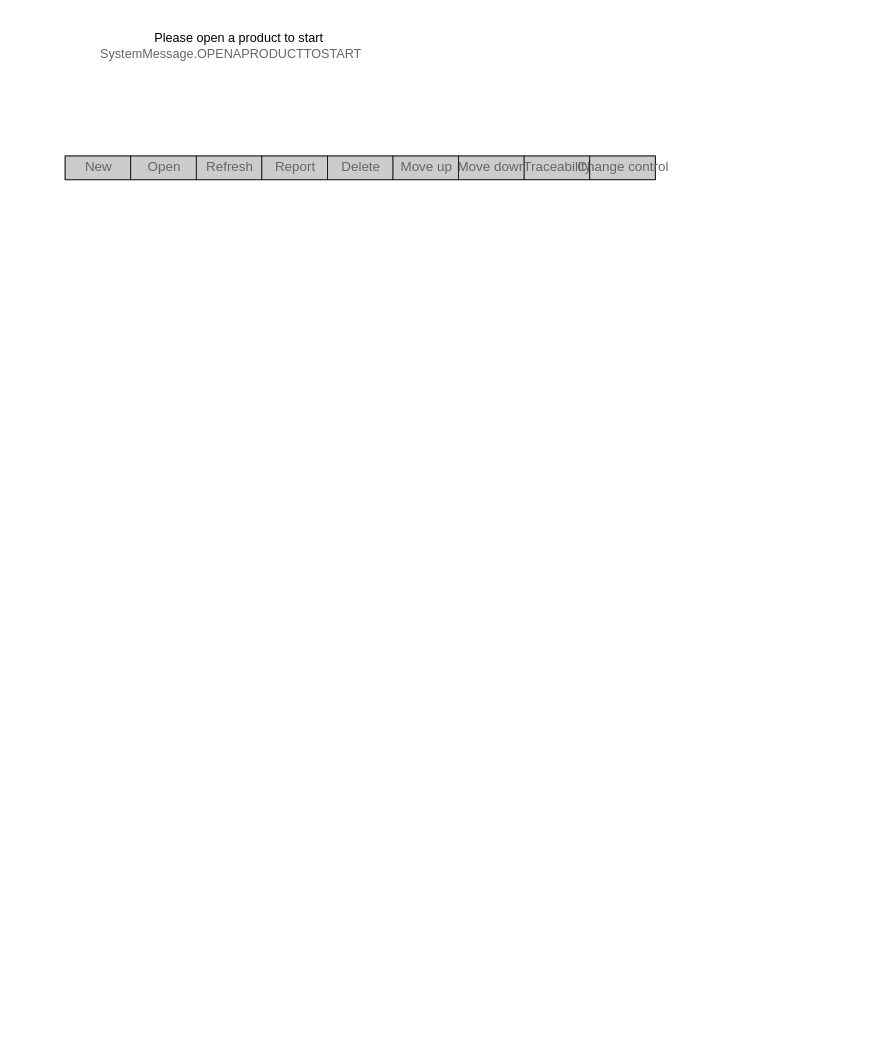
Above: page "Main Window" (5 of 5) of hnc.drawio in haclong/drawings (draw.io), before the change. Source tidied: cells renumbered, new cells numbered last; positions are measured from the earlier drawing's top-left corner, leaving out a move shared by most shapes. Both pictures are drawn from the tidied source at 79%, with x=0, y=0 at pixel (65, 29).
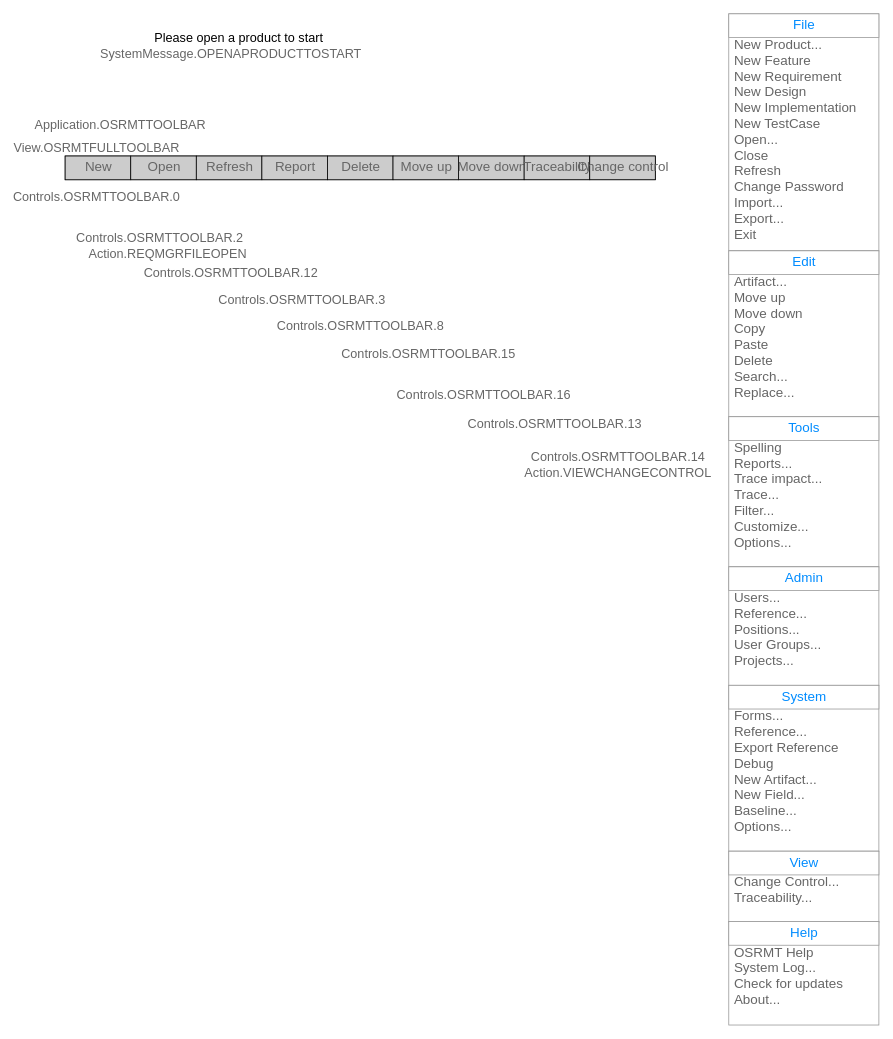
Above is the later version.

Diff of the diagram source:
```diff
@@
+    <mxCell id="15" value="Controls.OSRMTTOOLBAR.0" style="text;html=1;strokeColor=none;fillColor=none;align=center;verticalAlign=middle;whiteSpace=wrap;rounded=0;fontSize=16;fontColor=#666666;" parent="1" vertex="1">
+      <mxGeometry x="20" y="202" width="40" height="20" as="geometry" />
+    </mxCell>
+    <mxCell id="16" value="&lt;div&gt;Controls.OSRMTTOOLBAR.2&lt;/div&gt;" style="text;html=1;strokeColor=none;fillColor=none;align=center;verticalAlign=middle;whiteSpace=wrap;rounded=0;fontSize=16;fontColor=#666666;" parent="1" vertex="1">
+      <mxGeometry x="100" y="253" width="40" height="20" as="geometry" />
+    </mxCell>
+    <mxCell id="17" value="&lt;div&gt;Controls.OSRMTTOOLBAR.12&lt;/div&gt;" style="text;html=1;strokeColor=none;fillColor=none;align=center;verticalAlign=middle;whiteSpace=wrap;rounded=0;fontSize=16;fontColor=#666666;" parent="1" vertex="1">
+      <mxGeometry x="190" y="298" width="40" height="20" as="geometry" />
+    </mxCell>
+    <mxCell id="18" value="&lt;div&gt;Controls.OSRMTTOOLBAR.3&lt;/div&gt;" style="text;html=1;strokeColor=none;fillColor=none;align=center;verticalAlign=middle;whiteSpace=wrap;rounded=0;fontSize=16;fontColor=#666666;" parent="1" vertex="1">
+      <mxGeometry x="280" y="332" width="40" height="20" as="geometry" />
+    </mxCell>
+    <mxCell id="19" value="&lt;div&gt;Controls.OSRMTTOOLBAR.8&lt;/div&gt;" style="text;html=1;strokeColor=none;fillColor=none;align=center;verticalAlign=middle;whiteSpace=wrap;rounded=0;fontSize=16;fontColor=#666666;" parent="1" vertex="1">
+      <mxGeometry x="354" y="365" width="40" height="20" as="geometry" />
+    </mxCell>
+    <mxCell id="20" value="&lt;div&gt;Controls.OSRMTTOOLBAR.15&lt;/div&gt;" style="text;html=1;strokeColor=none;fillColor=none;align=center;verticalAlign=middle;whiteSpace=wrap;rounded=0;fontSize=16;fontColor=#666666;" parent="1" vertex="1">
+      <mxGeometry x="440" y="400" width="40" height="20" as="geometry" />
+    </mxCell>
+    <mxCell id="21" value="&lt;div&gt;Controls.OSRMTTOOLBAR.16&lt;/div&gt;" style="text;html=1;strokeColor=none;fillColor=none;align=center;verticalAlign=middle;whiteSpace=wrap;rounded=0;fontSize=16;fontColor=#666666;" parent="1" vertex="1">
+      <mxGeometry x="510" y="452" width="40" height="20" as="geometry" />
+    </mxCell>
+    <mxCell id="22" value="&lt;div&gt;Controls.OSRMTTOOLBAR.13&lt;/div&gt;" style="text;html=1;strokeColor=none;fillColor=none;align=center;verticalAlign=middle;whiteSpace=wrap;rounded=0;fontSize=16;fontColor=#666666;" parent="1" vertex="1">
+      <mxGeometry x="600" y="489" width="40" height="20" as="geometry" />
+    </mxCell>
+    <mxCell id="23" value="&lt;div&gt;Controls.OSRMTTOOLBAR.14&lt;/div&gt;" style="text;html=1;strokeColor=none;fillColor=none;align=center;verticalAlign=middle;whiteSpace=wrap;rounded=0;fontSize=16;fontColor=#666666;" parent="1" vertex="1">
+      <mxGeometry x="680" y="531" width="40" height="20" as="geometry" />
+    </mxCell>
+    <mxCell id="24" value="View.OSRMTFULLTOOLBAR" style="text;html=1;strokeColor=none;fillColor=none;align=center;verticalAlign=middle;whiteSpace=wrap;rounded=0;fontSize=16;fontColor=#666666;" parent="1" vertex="1">
+      <mxGeometry x="20" y="140" width="40" height="20" as="geometry" />
+    </mxCell>
+    <mxCell id="25" value="Application.OSRMTTOOLBAR" style="text;html=1;strokeColor=none;fillColor=none;align=center;verticalAlign=middle;whiteSpace=wrap;rounded=0;fontSize=16;fontColor=#666666;" parent="1" vertex="1">
+      <mxGeometry x="50" y="110" width="40" height="20" as="geometry" />
+    </mxCell>
+    <mxCell id="26" value="Action.REQMGRFILEOPEN" style="text;html=1;strokeColor=none;fillColor=none;align=center;verticalAlign=middle;whiteSpace=wrap;rounded=0;fontSize=16;fontColor=#666666;" parent="1" vertex="1">
+      <mxGeometry x="110" y="273" width="40" height="20" as="geometry" />
+    </mxCell>
+    <mxCell id="27" value="Action.VIEWCHANGECONTROL" style="text;html=1;strokeColor=none;fillColor=none;align=center;verticalAlign=middle;whiteSpace=wrap;rounded=0;fontSize=16;fontColor=#666666;" parent="1" vertex="1">
+      <mxGeometry x="680" y="551" width="40" height="20" as="geometry" />
+    </mxCell>
+    <mxCell id="28" style="strokeWidth=1;shadow=0;dashed=0;align=center;html=1;shape=mxgraph.mockup.forms.rrect;rSize=0;strokeColor=#999999;fillColor=#ffffff;fontSize=16;fontColor=#666666;" parent="1" vertex="1">
+      <mxGeometry x="840" y="-20" width="190" height="300" as="geometry" />
+    </mxCell>
+    <mxCell id="29" value="File" style="strokeWidth=1;shadow=0;dashed=0;align=center;html=1;shape=mxgraph.mockup.forms.rrect;rSize=0;strokeColor=#999999;fontColor=#008cff;fontSize=17;fillColor=#ffffff;" parent="28" vertex="1">
+      <mxGeometry width="190" height="30" relative="1" as="geometry" />
+    </mxCell>
+    <mxCell id="30" value="New Product..." style="strokeWidth=1;shadow=0;dashed=0;align=center;html=1;shape=mxgraph.mockup.forms.anchor;fontSize=17;fontColor=#666666;align=left;spacingLeft=5;" parent="28" vertex="1">
+      <mxGeometry width="190" height="20" relative="1" as="geometry">
+        <mxPoint y="30" as="offset" />
+      </mxGeometry>
+    </mxCell>
+    <mxCell id="31" value="New Feature" style="strokeWidth=1;shadow=0;dashed=0;align=center;html=1;shape=mxgraph.mockup.forms.anchor;fontSize=17;fontColor=#666666;align=left;spacingLeft=5;" parent="28" vertex="1">
+      <mxGeometry width="190" height="20" relative="1" as="geometry">
+        <mxPoint y="50" as="offset" />
+      </mxGeometry>
+    </mxCell>
+    <mxCell id="32" value="New Requirement" style="strokeWidth=1;shadow=0;dashed=0;align=center;html=1;shape=mxgraph.mockup.forms.rrect;rSize=0;fontSize=17;fontColor=#666666;align=left;spacingLeft=5;strokeColor=none;fillColor=none;" parent="28" vertex="1">
+      <mxGeometry width="190" height="20" relative="1" as="geometry">
+        <mxPoint y="70" as="offset" />
+      </mxGeometry>
+    </mxCell>
+    <mxCell id="33" value="New Design" style="strokeWidth=1;shadow=0;dashed=0;align=center;html=1;shape=mxgraph.mockup.forms.anchor;fontSize=17;fontColor=#666666;align=left;spacingLeft=5;" parent="28" vertex="1">
+      <mxGeometry width="190" height="20" relative="1" as="geometry">
+        <mxPoint y="90" as="offset" />
+      </mxGeometry>
+    </mxCell>
+    <mxCell id="34" value="New Implementation" style="strokeWidth=1;shadow=0;dashed=0;align=center;html=1;shape=mxgraph.mockup.forms.anchor;fontSize=17;fontColor=#666666;align=left;spacingLeft=5;" parent="28" vertex="1">
+      <mxGeometry y="110" width="190" height="20" as="geometry" />
+    </mxCell>
+    <mxCell id="35" value="New TestCase" style="strokeWidth=1;shadow=0;dashed=0;align=center;html=1;shape=mxgraph.mockup.forms.anchor;fontSize=17;fontColor=#666666;align=left;spacingLeft=5;" parent="28" vertex="1">
+      <mxGeometry y="130" width="190" height="20" as="geometry" />
+    </mxCell>
+    <mxCell id="36" value="Open..." style="strokeWidth=1;shadow=0;dashed=0;align=center;html=1;shape=mxgraph.mockup.forms.rrect;rSize=0;fontSize=17;fontColor=#666666;align=left;spacingLeft=5;strokeColor=none;fillColor=none;" parent="28" vertex="1">
+      <mxGeometry y="150" width="190" height="20" as="geometry" />
+    </mxCell>
+    <mxCell id="37" value="Close" style="strokeWidth=1;shadow=0;dashed=0;align=center;html=1;shape=mxgraph.mockup.forms.anchor;fontSize=17;fontColor=#666666;align=left;spacingLeft=5;" parent="28" vertex="1">
+      <mxGeometry y="170" width="190" height="20" as="geometry" />
+    </mxCell>
+    <mxCell id="38" value="Refresh" style="strokeWidth=1;shadow=0;dashed=0;align=center;html=1;shape=mxgraph.mockup.forms.anchor;fontSize=17;fontColor=#666666;align=left;spacingLeft=5;" parent="28" vertex="1">
+      <mxGeometry y="190" width="190" height="20" as="geometry" />
+    </mxCell>
+    <mxCell id="39" value="Change Password" style="strokeWidth=1;shadow=0;dashed=0;align=center;html=1;shape=mxgraph.mockup.forms.rrect;rSize=0;fontSize=17;fontColor=#666666;align=left;spacingLeft=5;strokeColor=none;fillColor=none;" parent="28" vertex="1">
+      <mxGeometry y="210" width="190" height="20" as="geometry" />
+    </mxCell>
+    <mxCell id="40" value="Import..." style="strokeWidth=1;shadow=0;dashed=0;align=center;html=1;shape=mxgraph.mockup.forms.anchor;fontSize=17;fontColor=#666666;align=left;spacingLeft=5;" parent="28" vertex="1">
+      <mxGeometry y="230" width="190" height="20" as="geometry" />
+    </mxCell>
+    <mxCell id="41" value="Export..." style="strokeWidth=1;shadow=0;dashed=0;align=center;html=1;shape=mxgraph.mockup.forms.rrect;rSize=0;fontSize=17;fontColor=#666666;align=left;spacingLeft=5;strokeColor=none;fillColor=none;" parent="28" vertex="1">
+      <mxGeometry y="250" width="190" height="20" as="geometry" />
+    </mxCell>
+    <mxCell id="42" value="Exit" style="strokeWidth=1;shadow=0;dashed=0;align=center;html=1;shape=mxgraph.mockup.forms.anchor;fontSize=17;fontColor=#666666;align=left;spacingLeft=5;" parent="28" vertex="1">
+      <mxGeometry y="270" width="190" height="20" as="geometry" />
+    </mxCell>
+    <mxCell id="43" style="strokeWidth=1;shadow=0;dashed=0;align=center;html=1;shape=mxgraph.mockup.forms.rrect;rSize=0;strokeColor=#999999;fillColor=#ffffff;fontSize=16;fontColor=#666666;" parent="1" vertex="1">
+      <mxGeometry x="840" y="280" width="190" height="210" as="geometry" />
+    </mxCell>
+    <mxCell id="44" value="Edit" style="strokeWidth=1;shadow=0;dashed=0;align=center;html=1;shape=mxgraph.mockup.forms.rrect;rSize=0;strokeColor=#999999;fontColor=#008cff;fontSize=17;fillColor=#ffffff;" parent="43" vertex="1">
+      <mxGeometry width="190" height="30" relative="1" as="geometry" />
+    </mxCell>
+    <mxCell id="45" value="Artifact..." style="strokeWidth=1;shadow=0;dashed=0;align=center;html=1;shape=mxgraph.mockup.forms.anchor;fontSize=17;fontColor=#666666;align=left;spacingLeft=5;" parent="43" vertex="1">
+      <mxGeometry width="190" height="20" relative="1" as="geometry">
+        <mxPoint y="30" as="offset" />
+      </mxGeometry>
+    </mxCell>
+    <mxCell id="46" value="Move up" style="strokeWidth=1;shadow=0;dashed=0;align=center;html=1;shape=mxgraph.mockup.forms.anchor;fontSize=17;fontColor=#666666;align=left;spacingLeft=5;" parent="43" vertex="1">
+      <mxGeometry width="190" height="20" relative="1" as="geometry">
+        <mxPoint y="50" as="offset" />
+      </mxGeometry>
+    </mxCell>
+    <mxCell id="47" value="Move down" style="strokeWidth=1;shadow=0;dashed=0;align=center;html=1;shape=mxgraph.mockup.forms.rrect;rSize=0;fontSize=17;fontColor=#666666;align=left;spacingLeft=5;strokeColor=none;fillColor=none;" parent="43" vertex="1">
+      <mxGeometry width="190" height="20" relative="1" as="geometry">
+        <mxPoint y="70" as="offset" />
+      </mxGeometry>
+    </mxCell>
+    <mxCell id="48" value="Copy" style="strokeWidth=1;shadow=0;dashed=0;align=center;html=1;shape=mxgraph.mockup.forms.anchor;fontSize=17;fontColor=#666666;align=left;spacingLeft=5;" parent="43" vertex="1">
+      <mxGeometry width="190" height="20" relative="1" as="geometry">
+        <mxPoint y="90" as="offset" />
+      </mxGeometry>
+    </mxCell>
+    <mxCell id="49" value="Paste" style="strokeWidth=1;shadow=0;dashed=0;align=center;html=1;shape=mxgraph.mockup.forms.anchor;fontSize=17;fontColor=#666666;align=left;spacingLeft=5;" parent="43" vertex="1">
+      <mxGeometry y="110" width="190" height="20" as="geometry" />
+    </mxCell>
+    <mxCell id="50" value="Delete" style="strokeWidth=1;shadow=0;dashed=0;align=center;html=1;shape=mxgraph.mockup.forms.anchor;fontSize=17;fontColor=#666666;align=left;spacingLeft=5;" parent="43" vertex="1">
+      <mxGeometry y="130" width="190" height="20" as="geometry" />
+    </mxCell>
+    <mxCell id="51" value="Search..." style="strokeWidth=1;shadow=0;dashed=0;align=center;html=1;shape=mxgraph.mockup.forms.rrect;rSize=0;fontSize=17;fontColor=#666666;align=left;spacingLeft=5;strokeColor=none;fillColor=none;" parent="43" vertex="1">
+      <mxGeometry y="150" width="190" height="20" as="geometry" />
+    </mxCell>
+    <mxCell id="52" value="Replace..." style="strokeWidth=1;shadow=0;dashed=0;align=center;html=1;shape=mxgraph.mockup.forms.anchor;fontSize=17;fontColor=#666666;align=left;spacingLeft=5;" parent="43" vertex="1">
+      <mxGeometry y="170" width="190" height="20" as="geometry" />
+    </mxCell>
+    <mxCell id="53" style="strokeWidth=1;shadow=0;dashed=0;align=center;html=1;shape=mxgraph.mockup.forms.rrect;rSize=0;strokeColor=#999999;fillColor=#ffffff;fontSize=16;fontColor=#666666;" parent="1" vertex="1">
+      <mxGeometry x="840" y="490" width="190" height="190" as="geometry" />
+    </mxCell>
+    <mxCell id="54" value="Tools" style="strokeWidth=1;shadow=0;dashed=0;align=center;html=1;shape=mxgraph.mockup.forms.rrect;rSize=0;strokeColor=#999999;fontColor=#008cff;fontSize=17;fillColor=#ffffff;" parent="53" vertex="1">
+      <mxGeometry width="190" height="30" relative="1" as="geometry" />
+    </mxCell>
+    <mxCell id="55" value="Spelling" style="strokeWidth=1;shadow=0;dashed=0;align=center;html=1;shape=mxgraph.mockup.forms.anchor;fontSize=17;fontColor=#666666;align=left;spacingLeft=5;" parent="53" vertex="1">
+      <mxGeometry width="190" height="20" relative="1" as="geometry">
+        <mxPoint y="30" as="offset" />
+      </mxGeometry>
+    </mxCell>
+    <mxCell id="56" value="Reports..." style="strokeWidth=1;shadow=0;dashed=0;align=center;html=1;shape=mxgraph.mockup.forms.anchor;fontSize=17;fontColor=#666666;align=left;spacingLeft=5;" parent="53" vertex="1">
+      <mxGeometry width="190" height="20" relative="1" as="geometry">
+        <mxPoint y="50" as="offset" />
+      </mxGeometry>
+    </mxCell>
+    <mxCell id="57" value="Trace impact..." style="strokeWidth=1;shadow=0;dashed=0;align=center;html=1;shape=mxgraph.mockup.forms.rrect;rSize=0;fontSize=17;fontColor=#666666;align=left;spacingLeft=5;strokeColor=none;fillColor=none;" parent="53" vertex="1">
+      <mxGeometry width="190" height="20" relative="1" as="geometry">
+        <mxPoint y="70" as="offset" />
+      </mxGeometry>
+    </mxCell>
+    <mxCell id="58" value="Trace..." style="strokeWidth=1;shadow=0;dashed=0;align=center;html=1;shape=mxgraph.mockup.forms.anchor;fontSize=17;fontColor=#666666;align=left;spacingLeft=5;" parent="53" vertex="1">
+      <mxGeometry width="190" height="20" relative="1" as="geometry">
+        <mxPoint y="90" as="offset" />
+      </mxGeometry>
+    </mxCell>
+    <mxCell id="59" value="Filter..." style="strokeWidth=1;shadow=0;dashed=0;align=center;html=1;shape=mxgraph.mockup.forms.anchor;fontSize=17;fontColor=#666666;align=left;spacingLeft=5;" parent="53" vertex="1">
+      <mxGeometry y="110" width="190" height="20" as="geometry" />
+    </mxCell>
+    <mxCell id="60" value="Customize..." style="strokeWidth=1;shadow=0;dashed=0;align=center;html=1;shape=mxgraph.mockup.forms.anchor;fontSize=17;fontColor=#666666;align=left;spacingLeft=5;" parent="53" vertex="1">
+      <mxGeometry y="130" width="190" height="20" as="geometry" />
+    </mxCell>
+    <mxCell id="61" value="Options..." style="strokeWidth=1;shadow=0;dashed=0;align=center;html=1;shape=mxgraph.mockup.forms.rrect;rSize=0;fontSize=17;fontColor=#666666;align=left;spacingLeft=5;strokeColor=none;fillColor=none;" parent="53" vertex="1">
+      <mxGeometry y="150" width="190" height="20" as="geometry" />
+    </mxCell>
+    <mxCell id="62" style="strokeWidth=1;shadow=0;dashed=0;align=center;html=1;shape=mxgraph.mockup.forms.rrect;rSize=0;strokeColor=#999999;fillColor=#ffffff;fontSize=16;fontColor=#666666;" parent="1" vertex="1">
+      <mxGeometry x="840" y="680" width="190" height="150" as="geometry" />
+    </mxCell>
+    <mxCell id="63" value="Admin" style="strokeWidth=1;shadow=0;dashed=0;align=center;html=1;shape=mxgraph.mockup.forms.rrect;rSize=0;strokeColor=#999999;fontColor=#008cff;fontSize=17;fillColor=#ffffff;" parent="62" vertex="1">
+      <mxGeometry width="190" height="30" relative="1" as="geometry" />
+    </mxCell>
+    <mxCell id="64" value="Users..." style="strokeWidth=1;shadow=0;dashed=0;align=center;html=1;shape=mxgraph.mockup.forms.anchor;fontSize=17;fontColor=#666666;align=left;spacingLeft=5;" parent="62" vertex="1">
+      <mxGeometry width="190" height="20" relative="1" as="geometry">
+        <mxPoint y="30" as="offset" />
+      </mxGeometry>
+    </mxCell>
+    <mxCell id="65" value="Reference..." style="strokeWidth=1;shadow=0;dashed=0;align=center;html=1;shape=mxgraph.mockup.forms.anchor;fontSize=17;fontColor=#666666;align=left;spacingLeft=5;" parent="62" vertex="1">
+      <mxGeometry width="190" height="20" relative="1" as="geometry">
+        <mxPoint y="50" as="offset" />
+      </mxGeometry>
+    </mxCell>
+    <mxCell id="66" value="Positions..." style="strokeWidth=1;shadow=0;dashed=0;align=center;html=1;shape=mxgraph.mockup.forms.rrect;rSize=0;fontSize=17;fontColor=#666666;align=left;spacingLeft=5;strokeColor=none;fillColor=none;" parent="62" vertex="1">
+      <mxGeometry width="190" height="20" relative="1" as="geometry">
+        <mxPoint y="70" as="offset" />
+      </mxGeometry>
+    </mxCell>
+    <mxCell id="67" value="User Groups..." style="strokeWidth=1;shadow=0;dashed=0;align=center;html=1;shape=mxgraph.mockup.forms.anchor;fontSize=17;fontColor=#666666;align=left;spacingLeft=5;" parent="62" vertex="1">
+      <mxGeometry width="190" height="20" relative="1" as="geometry">
+        <mxPoint y="90" as="offset" />
+      </mxGeometry>
+    </mxCell>
+    <mxCell id="68" value="Projects..." style="strokeWidth=1;shadow=0;dashed=0;align=center;html=1;shape=mxgraph.mockup.forms.anchor;fontSize=17;fontColor=#666666;align=left;spacingLeft=5;" parent="62" vertex="1">
+      <mxGeometry y="110" width="190" height="20" as="geometry" />
+    </mxCell>
+    <mxCell id="69" style="strokeWidth=1;shadow=0;dashed=0;align=center;html=1;shape=mxgraph.mockup.forms.rrect;rSize=0;strokeColor=#999999;fillColor=#ffffff;fontSize=16;fontColor=#666666;" parent="1" vertex="1">
+      <mxGeometry x="840" y="830" width="190" height="210" as="geometry" />
+    </mxCell>
+    <mxCell id="70" value="System" style="strokeWidth=1;shadow=0;dashed=0;align=center;html=1;shape=mxgraph.mockup.forms.rrect;rSize=0;strokeColor=#999999;fontColor=#008cff;fontSize=17;fillColor=#ffffff;" parent="69" vertex="1">
+      <mxGeometry width="190" height="30" relative="1" as="geometry" />
+    </mxCell>
+    <mxCell id="71" value="Forms..." style="strokeWidth=1;shadow=0;dashed=0;align=center;html=1;shape=mxgraph.mockup.forms.anchor;fontSize=17;fontColor=#666666;align=left;spacingLeft=5;" parent="69" vertex="1">
+      <mxGeometry width="190" height="20" relative="1" as="geometry">
+        <mxPoint y="30" as="offset" />
+      </mxGeometry>
+    </mxCell>
+    <mxCell id="72" value="Reference..." style="strokeWidth=1;shadow=0;dashed=0;align=center;html=1;shape=mxgraph.mockup.forms.anchor;fontSize=17;fontColor=#666666;align=left;spacingLeft=5;" parent="69" vertex="1">
+      <mxGeometry width="190" height="20" relative="1" as="geometry">
+        <mxPoint y="50" as="offset" />
+      </mxGeometry>
+    </mxCell>
+    <mxCell id="73" value="Export Reference" style="strokeWidth=1;shadow=0;dashed=0;align=center;html=1;shape=mxgraph.mockup.forms.rrect;rSize=0;fontSize=17;fontColor=#666666;align=left;spacingLeft=5;strokeColor=none;fillColor=none;" parent="69" vertex="1">
+      <mxGeometry width="190" height="20" relative="1" as="geometry">
+        <mxPoint y="70" as="offset" />
+      </mxGeometry>
+    </mxCell>
+    <mxCell id="74" value="Debug" style="strokeWidth=1;shadow=0;dashed=0;align=center;html=1;shape=mxgraph.mockup.forms.anchor;fontSize=17;fontColor=#666666;align=left;spacingLeft=5;" parent="69" vertex="1">
+      <mxGeometry width="190" height="20" relative="1" as="geometry">
+        <mxPoint y="90" as="offset" />
+      </mxGeometry>
+    </mxCell>
+    <mxCell id="75" value="New Artifact..." style="strokeWidth=1;shadow=0;dashed=0;align=center;html=1;shape=mxgraph.mockup.forms.anchor;fontSize=17;fontColor=#666666;align=left;spacingLeft=5;" parent="69" vertex="1">
+      <mxGeometry y="110" width="190" height="20" as="geometry" />
+    </mxCell>
+    <mxCell id="76" value="New Field..." style="strokeWidth=1;shadow=0;dashed=0;align=center;html=1;shape=mxgraph.mockup.forms.anchor;fontSize=17;fontColor=#666666;align=left;spacingLeft=5;" parent="69" vertex="1">
+      <mxGeometry y="130" width="190" height="20" as="geometry" />
+    </mxCell>
+    <mxCell id="77" value="Baseline..." style="strokeWidth=1;shadow=0;dashed=0;align=center;html=1;shape=mxgraph.mockup.forms.rrect;rSize=0;fontSize=17;fontColor=#666666;align=left;spacingLeft=5;strokeColor=none;fillColor=none;" parent="69" vertex="1">
+      <mxGeometry y="150" width="190" height="20" as="geometry" />
+    </mxCell>
+    <mxCell id="78" value="Options..." style="strokeWidth=1;shadow=0;dashed=0;align=center;html=1;shape=mxgraph.mockup.forms.anchor;fontSize=17;fontColor=#666666;align=left;spacingLeft=5;" parent="69" vertex="1">
+      <mxGeometry y="170" width="190" height="20" as="geometry" />
+    </mxCell>
+    <mxCell id="79" style="strokeWidth=1;shadow=0;dashed=0;align=center;html=1;shape=mxgraph.mockup.forms.rrect;rSize=0;strokeColor=#999999;fillColor=#ffffff;fontSize=16;fontColor=#666666;" parent="1" vertex="1">
+      <mxGeometry x="840" y="1040" width="190" height="90" as="geometry" />
+    </mxCell>
+    <mxCell id="80" value="View" style="strokeWidth=1;shadow=0;dashed=0;align=center;html=1;shape=mxgraph.mockup.forms.rrect;rSize=0;strokeColor=#999999;fontColor=#008cff;fontSize=17;fillColor=#ffffff;" parent="79" vertex="1">
+      <mxGeometry width="190" height="30" relative="1" as="geometry" />
+    </mxCell>
+    <mxCell id="81" value="Change Control..." style="strokeWidth=1;shadow=0;dashed=0;align=center;html=1;shape=mxgraph.mockup.forms.anchor;fontSize=17;fontColor=#666666;align=left;spacingLeft=5;" parent="79" vertex="1">
+      <mxGeometry width="190" height="20" relative="1" as="geometry">
+        <mxPoint y="30" as="offset" />
+      </mxGeometry>
+    </mxCell>
+    <mxCell id="82" value="Traceability..." style="strokeWidth=1;shadow=0;dashed=0;align=center;html=1;shape=mxgraph.mockup.forms.anchor;fontSize=17;fontColor=#666666;align=left;spacingLeft=5;" parent="79" vertex="1">
+      <mxGeometry width="190" height="20" relative="1" as="geometry">
+        <mxPoint y="50" as="offset" />
+      </mxGeometry>
+    </mxCell>
+    <mxCell id="83" style="strokeWidth=1;shadow=0;dashed=0;align=center;html=1;shape=mxgraph.mockup.forms.rrect;rSize=0;strokeColor=#999999;fillColor=#ffffff;fontSize=16;fontColor=#666666;" parent="1" vertex="1">
+      <mxGeometry x="840" y="1129" width="190" height="131" as="geometry" />
+    </mxCell>
+    <mxCell id="84" value="Help" style="strokeWidth=1;shadow=0;dashed=0;align=center;html=1;shape=mxgraph.mockup.forms.rrect;rSize=0;strokeColor=#999999;fontColor=#008cff;fontSize=17;fillColor=#ffffff;" parent="83" vertex="1">
+      <mxGeometry width="190" height="30" relative="1" as="geometry" />
+    </mxCell>
+    <mxCell id="85" value="OSRMT Help" style="strokeWidth=1;shadow=0;dashed=0;align=center;html=1;shape=mxgraph.mockup.forms.anchor;fontSize=17;fontColor=#666666;align=left;spacingLeft=5;" parent="83" vertex="1">
+      <mxGeometry width="190" height="20" relative="1" as="geometry">
+        <mxPoint y="30" as="offset" />
+      </mxGeometry>
+    </mxCell>
+    <mxCell id="86" value="System Log..." style="strokeWidth=1;shadow=0;dashed=0;align=center;html=1;shape=mxgraph.mockup.forms.anchor;fontSize=17;fontColor=#666666;align=left;spacingLeft=5;" parent="83" vertex="1">
+      <mxGeometry width="190" height="20" relative="1" as="geometry">
+        <mxPoint y="50" as="offset" />
+      </mxGeometry>
+    </mxCell>
+    <mxCell id="87" value="Check for updates" style="strokeWidth=1;shadow=0;dashed=0;align=center;html=1;shape=mxgraph.mockup.forms.rrect;rSize=0;fontSize=17;fontColor=#666666;align=left;spacingLeft=5;strokeColor=none;fillColor=none;" parent="83" vertex="1">
+      <mxGeometry width="190" height="20" relative="1" as="geometry">
+        <mxPoint y="70" as="offset" />
+      </mxGeometry>
+    </mxCell>
+    <mxCell id="88" value="About..." style="strokeWidth=1;shadow=0;dashed=0;align=center;html=1;shape=mxgraph.mockup.forms.anchor;fontSize=17;fontColor=#666666;align=left;spacingLeft=5;" parent="83" vertex="1">
+      <mxGeometry width="190" height="20" relative="1" as="geometry">
+        <mxPoint y="90" as="offset" />
+      </mxGeometry>
+    </mxCell>
```
